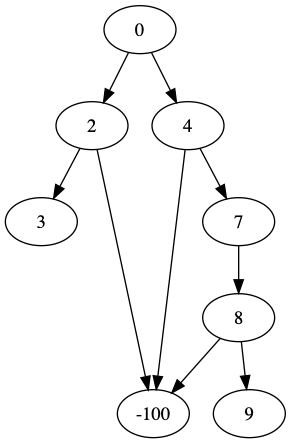
Before: v2/arbol.png, a diagram exported from Graphviz (BitQuarkApps/Ahorcado-con-arboles). Its source is kept beside it as v2/arbol.dot. Source of this version:
```dot
digraph tree {
    "0";
    "2";
    "3";
    "-100";
    "4";
    "-100";
    "7";
    "8";
    "-100";
    "9";
    "0" -> "2";
    "0" -> "4";
    "2" -> "3";
    "2" -> "-100";
    "4" -> "-100";
    "4" -> "7";
    "7" -> "8";
    "8" -> "-100";
    "8" -> "9";
}
```
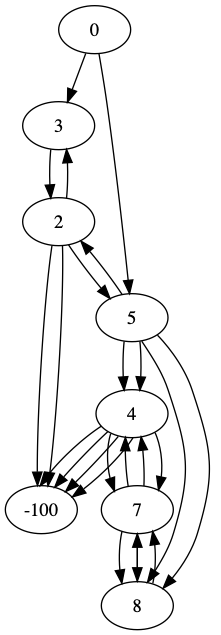
Later version of the same file.

Diff of the diagram source:
```diff
@@ -1,21 +1,51 @@
 digraph tree {
     "0";
+    "3";
     "2";
-    "3";
+    "5";
+    "8";
+    "7";
+    "4";
     "-100";
     "4";
     "-100";
     "7";
     "8";
     "-100";
-    "9";
-    "0" -> "2";
-    "0" -> "4";
-    "2" -> "3";
+    "5";
+    "2";
+    "3";
+    "-100";
+    "8";
+    "7";
+    "4";
+    "-100";
+    "4";
+    "-100";
+    "7";
+    "8";
+    "0" -> "3";
+    "0" -> "5";
+    "3" -> "2";
+    "2" -> "5";
     "2" -> "-100";
+    "5" -> "8";
+    "5" -> "4";
+    "8" -> "7";
+    "7" -> "4";
+    "4" -> "-100";
     "4" -> "-100";
     "4" -> "7";
     "7" -> "8";
-    "8" -> "-100";
-    "8" -> "9";
+    "5" -> "2";
+    "5" -> "8";
+    "5" -> "4";
+    "2" -> "3";
+    "2" -> "-100";
+    "8" -> "7";
+    "7" -> "4";
+    "4" -> "-100";
+    "4" -> "-100";
+    "4" -> "7";
+    "7" -> "8";
 }
```
